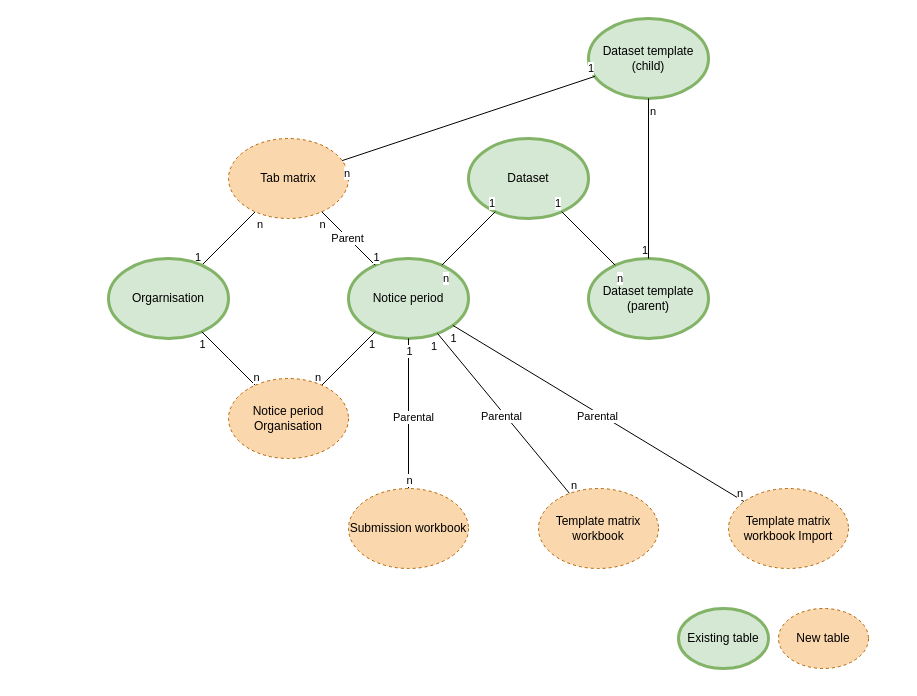
Earlier version of the draw.io diagram page "Notice period" (5 of 11) of Data portal.drawio (danieldotskc/helloworld). Source tidied: cells renumbered, new cells numbered last; positions are measured from the earlier drawing's top-left corner, leaving out a move shared by most shapes. Both pictures are drawn from the tidied source at 100%, with x=0, y=0 at pixel (108, 18).
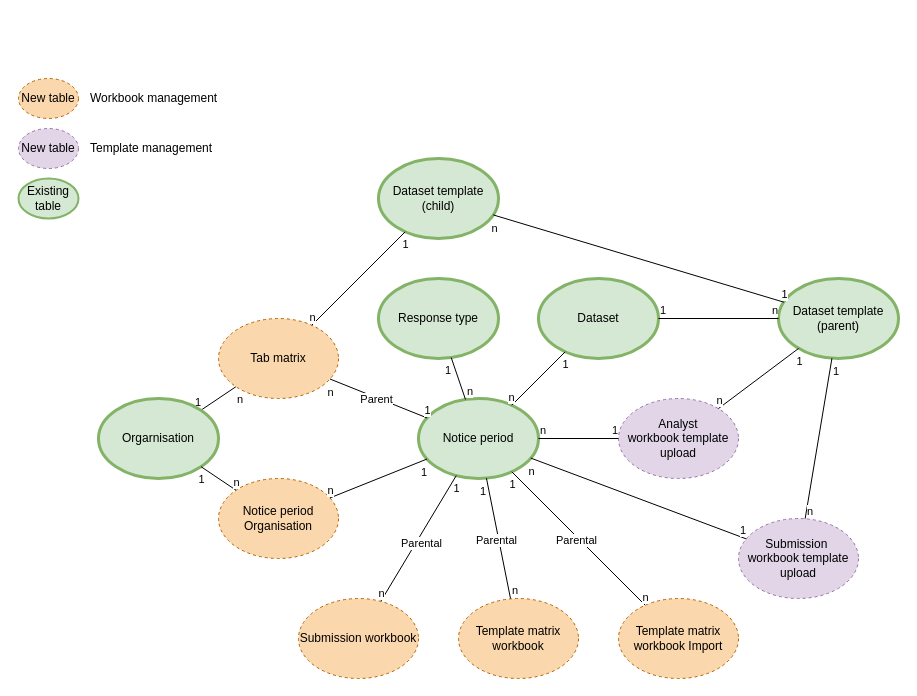
After the change.

Unchanged cells that the change refers to:
```xml
<mxCell id="27" style="endArrow=none;html=1;rounded=0;endFill=0;" parent="1" edge="1" source="26" target="18">
  <mxGeometry relative="1" as="geometry" />
</mxCell>
<mxCell id="34" style="endArrow=none;html=1;rounded=0;endFill=0;" parent="1" edge="1" source="2" target="22">
  <mxGeometry relative="1" as="geometry" />
</mxCell>
<mxCell id="41" style="endArrow=none;html=1;rounded=0;endFill=0;" parent="1" edge="1" source="40" target="26">
  <mxGeometry relative="1" as="geometry" />
</mxCell>
<mxCell id="45" style="endArrow=none;html=1;rounded=0;endFill=0;" parent="1" edge="1" source="44" target="2">
  <mxGeometry relative="1" as="geometry" />
</mxCell>
<mxCell id="48" style="endArrow=none;html=1;rounded=0;endFill=0;" parent="1" edge="1" source="44" target="40">
  <mxGeometry relative="1" as="geometry" />
</mxCell>
```

Change to the diagram source:
```diff
@@
+    <mxCell id="40" value="Dataset template&lt;div&gt;(parent)&lt;/div&gt;" style="ellipse;whiteSpace=wrap;html=1;fillColor=#d5e8d4;strokeColor=#82b366;strokeWidth=3;" parent="1" vertex="1">
+      <mxGeometry x="670" y="260" width="120" height="80" as="geometry" />
+    </mxCell>
     <mxCell id="2" value="Notice period" style="ellipse;whiteSpace=wrap;html=1;strokeWidth=3;strokeColor=#82B366;fillColor=#D5E8D4;" parent="1" vertex="1">
-      <mxGeometry x="240" y="240" width="120" height="80" as="geometry" />
+      <mxGeometry x="310" y="380" width="120" height="80" as="geometry" />
     </mxCell>
@@
-    <mxCell id="14" style="endArrow=none;html=1;rounded=0;endFill=0;" parent="1" edge="1" source="2" target="17">
-      <mxGeometry relative="1" as="geometry" />
-    </mxCell>
-    <mxCell id="15" value="1" style="edgeLabel;html=1;align=right;verticalAlign=top;labelPosition=left;verticalLabelPosition=bottom;" parent="14" vertex="1">
-      <mxGeometry x="-1" relative="1" as="geometry" />
-    </mxCell>
-    <mxCell id="16" value="n" style="edgeLabel;html=1;align=right;verticalAlign=bottom;labelPosition=left;verticalLabelPosition=top;" parent="14" vertex="1">
-      <mxGeometry x="1" relative="1" as="geometry" />
-    </mxCell>
     <mxCell id="17" value="Notice period Organisation" style="ellipse;whiteSpace=wrap;html=1;strokeWidth=1;fillColor=#fad7ac;strokeColor=#b46504;dashed=1;" parent="1" vertex="1">
-      <mxGeometry x="120" y="360" width="120" height="80" as="geometry" />
+      <mxGeometry x="110" y="460" width="120" height="80" as="geometry" />
     </mxCell>
     <mxCell id="18" value="Tab matrix" style="ellipse;whiteSpace=wrap;html=1;strokeWidth=1;fillColor=#fad7ac;strokeColor=#b46504;dashed=1;" parent="1" vertex="1">
-      <mxGeometry x="120" y="120" width="120" height="80" as="geometry" />
+      <mxGeometry x="110" y="300" width="120" height="80" as="geometry" />
     </mxCell>
     <mxCell id="19" value="Orgarnisation" style="ellipse;whiteSpace=wrap;html=1;strokeWidth=3;strokeColor=#82B366;fillColor=#D5E8D4;" parent="1" vertex="1">
-      <mxGeometry y="240" width="120" height="80" as="geometry" />
+      <mxGeometry x="-10" y="380" width="120" height="80" as="geometry" />
     </mxCell>
     <mxCell id="20" value="Submission workbook" style="ellipse;whiteSpace=wrap;html=1;strokeWidth=1;fillColor=#fad7ac;strokeColor=#b46504;dashed=1;" parent="1" vertex="1">
-      <mxGeometry x="240" y="470" width="120" height="80" as="geometry" />
+      <mxGeometry x="190" y="580" width="120" height="80" as="geometry" />
     </mxCell>
     <mxCell id="21" value="Template matrix workbook" style="ellipse;whiteSpace=wrap;html=1;strokeWidth=1;fillColor=#fad7ac;strokeColor=#b46504;dashed=1;" parent="1" vertex="1">
-      <mxGeometry x="430" y="470" width="120" height="80" as="geometry" />
+      <mxGeometry x="350" y="580" width="120" height="80" as="geometry" />
     </mxCell>
     <mxCell id="22" value="Template matrix workbook Import" style="ellipse;whiteSpace=wrap;html=1;strokeWidth=1;fillColor=#fad7ac;strokeColor=#b46504;dashed=1;" parent="1" vertex="1">
-      <mxGeometry x="620" y="470" width="120" height="80" as="geometry" />
+      <mxGeometry x="510" y="580" width="120" height="80" as="geometry" />
     </mxCell>
     <mxCell id="23" style="endArrow=none;html=1;rounded=0;endFill=0;" parent="1" edge="1" source="19" target="17">
-      <mxGeometry relative="1" as="geometry">
-        <Array as="points">
-          <mxPoint x="120" y="340" />
-        </Array>
-      </mxGeometry>
+      <mxGeometry relative="1" as="geometry" />
     </mxCell>
@@
     <mxCell id="26" value="Dataset template&lt;div&gt;(child)&lt;/div&gt;" style="ellipse;whiteSpace=wrap;html=1;fillColor=#d5e8d4;strokeColor=#82b366;strokeWidth=3;" parent="1" vertex="1">
-      <mxGeometry x="480" width="120" height="80" as="geometry" />
+      <mxGeometry x="270" y="140" width="120" height="80" as="geometry" />
     </mxCell>
@@
-    <mxCell id="28" value="1" style="edgeLabel;html=1;align=right;verticalAlign=bottom;labelPosition=left;verticalLabelPosition=top;" parent="27" vertex="1">
+    <mxCell id="28" value="1" style="edgeLabel;html=1;align=center;verticalAlign=top;labelPosition=center;verticalLabelPosition=bottom;" parent="27" vertex="1">
       <mxGeometry x="-1" relative="1" as="geometry" />
     </mxCell>
-    <mxCell id="29" value="n" style="edgeLabel;html=1;align=left;verticalAlign=top;labelPosition=right;verticalLabelPosition=bottom;" parent="27" vertex="1">
+    <mxCell id="29" value="n" style="edgeLabel;html=1;align=center;verticalAlign=bottom;labelPosition=center;verticalLabelPosition=top;" parent="27" vertex="1">
       <mxGeometry x="1" relative="1" as="geometry" />
     </mxCell>
@@
-    <mxCell id="36" value="n" style="edgeLabel;html=1;align=right;verticalAlign=bottom;labelPosition=left;verticalLabelPosition=top;" parent="34" vertex="1">
+    <mxCell id="36" value="n" style="edgeLabel;html=1;align=center;verticalAlign=bottom;labelPosition=center;verticalLabelPosition=top;" parent="34" vertex="1">
       <mxGeometry x="1" relative="1" as="geometry" />
     </mxCell>
@@
-    <mxCell id="38" value="Existing table" style="ellipse;whiteSpace=wrap;html=1;fillColor=#d5e8d4;strokeColor=#82b366;strokeWidth=3;" parent="1" vertex="1">
-      <mxGeometry x="570" y="590" width="90" height="60" as="geometry" />
+    <mxCell id="38" value="Existing table" style="ellipse;whiteSpace=wrap;html=1;fillColor=#d5e8d4;strokeColor=#82b366;strokeWidth=2;" parent="1" vertex="1">
+      <mxGeometry x="-90" y="160" width="60" height="40" as="geometry" />
     </mxCell>
-    <mxCell id="39" value="New table" style="ellipse;whiteSpace=wrap;html=1;strokeWidth=1;fillColor=#fad7ac;strokeColor=#b46504;dashed=1;" parent="1" vertex="1">
-      <mxGeometry x="670" y="590" width="90" height="60" as="geometry" />
+    <mxCell id="39" value="New table" style="ellipse;whiteSpace=wrap;html=1;strokeWidth=1;fillColor=#e1d5e7;strokeColor=#9673a6;dashed=1;" parent="1" vertex="1">
+      <mxGeometry x="-90" y="110" width="60" height="40" as="geometry" />
     </mxCell>
-    <mxCell id="40" value="Dataset template&lt;div&gt;(parent)&lt;/div&gt;" style="ellipse;whiteSpace=wrap;html=1;fillColor=#d5e8d4;strokeColor=#82b366;strokeWidth=3;" parent="1" vertex="1">
-      <mxGeometry x="480" y="240" width="120" height="80" as="geometry" />
-    </mxCell>
@@
-    <mxCell id="42" value="1" style="edgeLabel;html=1;align=right;verticalAlign=bottom;labelPosition=left;verticalLabelPosition=top;" parent="41" vertex="1">
+    <mxCell id="42" value="1" style="edgeLabel;html=1;align=center;verticalAlign=bottom;labelPosition=center;verticalLabelPosition=top;" parent="41" vertex="1">
       <mxGeometry x="-1" relative="1" as="geometry" />
     </mxCell>
-    <mxCell id="43" value="n" style="edgeLabel;html=1;align=left;verticalAlign=top;labelPosition=right;verticalLabelPosition=bottom;" parent="41" vertex="1">
+    <mxCell id="43" value="n" style="edgeLabel;html=1;align=center;verticalAlign=top;labelPosition=center;verticalLabelPosition=bottom;" parent="41" vertex="1">
       <mxGeometry x="1" relative="1" as="geometry" />
     </mxCell>
     <mxCell id="44" value="Dataset" style="ellipse;whiteSpace=wrap;html=1;fillColor=#d5e8d4;strokeColor=#82b366;strokeWidth=3;" parent="1" vertex="1">
-      <mxGeometry x="360" y="120" width="120" height="80" as="geometry" />
+      <mxGeometry x="430" y="260" width="120" height="80" as="geometry" />
     </mxCell>
@@
-    <mxCell id="46" value="1" style="edgeLabel;html=1;align=right;verticalAlign=bottom;labelPosition=left;verticalLabelPosition=top;" parent="45" vertex="1">
+    <mxCell id="46" value="1" style="edgeLabel;html=1;align=center;verticalAlign=top;labelPosition=center;verticalLabelPosition=bottom;" parent="45" vertex="1">
       <mxGeometry x="-1" relative="1" as="geometry" />
     </mxCell>
-    <mxCell id="47" value="n" style="edgeLabel;html=1;align=left;verticalAlign=top;labelPosition=right;verticalLabelPosition=bottom;" parent="45" vertex="1">
+    <mxCell id="47" value="n" style="edgeLabel;html=1;align=center;verticalAlign=bottom;labelPosition=center;verticalLabelPosition=top;" parent="45" vertex="1">
       <mxGeometry x="1" relative="1" as="geometry" />
     </mxCell>
+    <mxCell id="51" value="Submission&amp;nbsp;&lt;div&gt;&lt;span style=&quot;background-color: initial;&quot;&gt;workbook template upload&lt;/span&gt;&lt;/div&gt;" style="ellipse;whiteSpace=wrap;html=1;strokeWidth=1;fillColor=#e1d5e7;strokeColor=#9673a6;dashed=1;" parent="1" vertex="1">
+      <mxGeometry x="630" y="500" width="120" height="80" as="geometry" />
+    </mxCell>
+    <mxCell id="52" value="Analyst&lt;div&gt;workbook template upload&lt;/div&gt;" style="ellipse;whiteSpace=wrap;html=1;strokeWidth=1;fillColor=#e1d5e7;strokeColor=#9673a6;dashed=1;" parent="1" vertex="1">
+      <mxGeometry x="510" y="380" width="120" height="80" as="geometry" />
+    </mxCell>
+    <mxCell id="53" style="endArrow=none;html=1;rounded=0;endFill=0;" parent="1" edge="1" source="2" target="51">
+      <mxGeometry relative="1" as="geometry" />
+    </mxCell>
+    <mxCell id="54" value="n" style="edgeLabel;html=1;align=center;verticalAlign=top;labelPosition=center;verticalLabelPosition=bottom;" parent="53" vertex="1">
+      <mxGeometry x="-1" relative="1" as="geometry" />
+    </mxCell>
+    <mxCell id="55" value="1" style="edgeLabel;html=1;align=right;verticalAlign=bottom;labelPosition=left;verticalLabelPosition=top;" parent="53" vertex="1">
+      <mxGeometry x="1" relative="1" as="geometry" />
+    </mxCell>
+    <mxCell id="56" style="endArrow=none;html=1;rounded=0;endFill=0;" parent="1" edge="1" source="2" target="52">
+      <mxGeometry relative="1" as="geometry" />
+    </mxCell>
+    <mxCell id="57" value="n" style="edgeLabel;html=1;align=left;verticalAlign=bottom;labelPosition=right;verticalLabelPosition=top;" parent="56" vertex="1">
+      <mxGeometry x="-1" relative="1" as="geometry" />
+    </mxCell>
+    <mxCell id="58" value="1" style="edgeLabel;html=1;align=right;verticalAlign=bottom;labelPosition=left;verticalLabelPosition=top;" parent="56" vertex="1">
+      <mxGeometry x="1" relative="1" as="geometry" />
+    </mxCell>
@@
-    <mxCell id="49" value="1" style="edgeLabel;html=1;align=right;verticalAlign=bottom;labelPosition=left;verticalLabelPosition=top;" parent="48" vertex="1">
+    <mxCell id="49" value="1" style="edgeLabel;html=1;align=left;verticalAlign=bottom;labelPosition=right;verticalLabelPosition=top;" parent="48" vertex="1">
       <mxGeometry x="-1" relative="1" as="geometry" />
     </mxCell>
-    <mxCell id="50" value="n" style="edgeLabel;html=1;align=left;verticalAlign=top;labelPosition=right;verticalLabelPosition=bottom;" parent="48" vertex="1">
+    <mxCell id="50" value="n" style="edgeLabel;html=1;align=right;verticalAlign=bottom;labelPosition=left;verticalLabelPosition=top;" parent="48" vertex="1">
       <mxGeometry x="1" relative="1" as="geometry" />
     </mxCell>
+    <mxCell id="59" style="endArrow=none;html=1;rounded=0;endFill=0;" parent="1" edge="1" source="40" target="52">
+      <mxGeometry relative="1" as="geometry" />
+    </mxCell>
+    <mxCell id="60" value="1" style="edgeLabel;html=1;align=center;verticalAlign=top;labelPosition=center;verticalLabelPosition=bottom;" parent="59" vertex="1">
+      <mxGeometry x="-1" relative="1" as="geometry" />
+    </mxCell>
+    <mxCell id="61" value="n" style="edgeLabel;html=1;align=center;verticalAlign=bottom;labelPosition=center;verticalLabelPosition=top;" parent="59" vertex="1">
+      <mxGeometry x="1" relative="1" as="geometry" />
+    </mxCell>
+    <mxCell id="62" style="endArrow=none;html=1;rounded=0;endFill=0;" parent="1" edge="1" source="40" target="51">
+      <mxGeometry relative="1" as="geometry" />
+    </mxCell>
+    <mxCell id="63" value="1" style="edgeLabel;html=1;align=left;verticalAlign=top;labelPosition=right;verticalLabelPosition=bottom;" parent="62" vertex="1">
+      <mxGeometry x="-1" relative="1" as="geometry" />
+    </mxCell>
+    <mxCell id="64" value="n" style="edgeLabel;html=1;align=left;verticalAlign=bottom;labelPosition=right;verticalLabelPosition=top;" parent="62" vertex="1">
+      <mxGeometry x="1" relative="1" as="geometry" />
+    </mxCell>
+    <mxCell id="65" value="New table" style="ellipse;whiteSpace=wrap;html=1;strokeWidth=1;fillColor=#fad7ac;strokeColor=#b46504;dashed=1;" parent="1" vertex="1">
+      <mxGeometry x="-90" y="60" width="60" height="40" as="geometry" />
+    </mxCell>
+    <mxCell id="66" value="Response type" style="ellipse;whiteSpace=wrap;html=1;fillColor=#d5e8d4;strokeColor=#82b366;strokeWidth=3;" parent="1" vertex="1">
+      <mxGeometry x="270" y="260" width="120" height="80" as="geometry" />
+    </mxCell>
+    <mxCell id="67" style="endArrow=none;html=1;rounded=0;endFill=0;" parent="1" edge="1" source="66" target="2">
+      <mxGeometry relative="1" as="geometry" />
+    </mxCell>
+    <mxCell id="68" value="1" style="edgeLabel;html=1;align=right;verticalAlign=top;labelPosition=left;verticalLabelPosition=bottom;" parent="67" vertex="1">
+      <mxGeometry x="-1" relative="1" as="geometry" />
+    </mxCell>
+    <mxCell id="69" value="n" style="edgeLabel;html=1;align=left;verticalAlign=bottom;labelPosition=right;verticalLabelPosition=top;" parent="67" vertex="1">
+      <mxGeometry x="1" relative="1" as="geometry" />
+    </mxCell>
+    <mxCell id="14" style="endArrow=none;html=1;rounded=0;endFill=0;" parent="1" edge="1" source="2" target="17">
+      <mxGeometry relative="1" as="geometry" />
+    </mxCell>
+    <mxCell id="15" value="1" style="edgeLabel;html=1;align=right;verticalAlign=top;labelPosition=left;verticalLabelPosition=bottom;" parent="14" vertex="1">
+      <mxGeometry x="-1" relative="1" as="geometry" />
+    </mxCell>
+    <mxCell id="16" value="n" style="edgeLabel;html=1;align=center;verticalAlign=bottom;labelPosition=center;verticalLabelPosition=top;" parent="14" vertex="1">
+      <mxGeometry x="1" relative="1" as="geometry" />
+    </mxCell>
+    <mxCell id="70" value="Template management" style="text;html=1;align=left;verticalAlign=middle;whiteSpace=wrap;rounded=0;" parent="1" vertex="1">
+      <mxGeometry x="-20" y="110" width="160" height="40" as="geometry" />
+    </mxCell>
+    <mxCell id="71" value="Workbook management" style="text;html=1;align=left;verticalAlign=middle;whiteSpace=wrap;rounded=0;" parent="1" vertex="1">
+      <mxGeometry x="-20" y="60" width="160" height="40" as="geometry" />
+    </mxCell>
```
